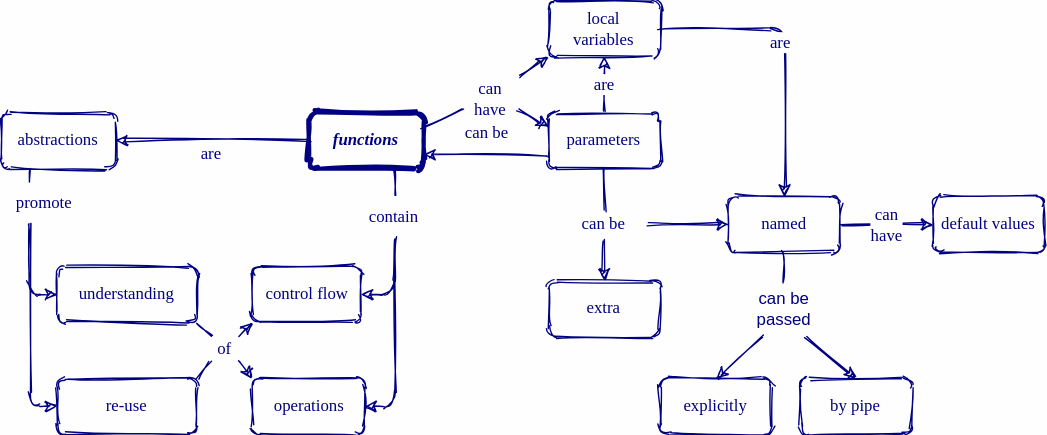
Before: es/functions.svg, a diagram exported from draw.io (rstudio/concept-maps). Source tidied: cells renumbered, new cells last; positions are measured from the earlier drawing's top-left corner, leaving out a move shared by most shapes. The source it was exported from:
```xml
<mxGraphModel background="#FEFEFF">
  <root>
    <mxCell id="0" />
    <mxCell id="1" parent="0" />
    <mxCell id="2" value="&lt;font style=&quot;font-size: 12px&quot;&gt;&lt;i&gt;&lt;b&gt;functions&lt;/b&gt;&lt;/i&gt;&lt;/font&gt;" style="whiteSpace=wrap;html=1;shadow=0;comic=0;strokeWidth=3;fontSize=12;align=center;fillColor=none;fontFamily=Verdana;strokeColor=#000080;labelBackgroundColor=#FEFEFF;rounded=1;sketch=1;fontColor=#000080;" parent="1" vertex="1">
      <mxGeometry x="220" y="80" width="82" height="40" as="geometry" />
    </mxCell>
    <mxCell id="3" value="&lt;font style=&quot;font-size: 12px;&quot;&gt;control flow&lt;/font&gt;" style="whiteSpace=wrap;html=1;shadow=0;comic=0;strokeWidth=1;fontSize=12;align=center;fillColor=none;fontFamily=Verdana;strokeColor=#000080;labelBackgroundColor=#FEFEFF;rounded=1;sketch=1;fontColor=#000080;" parent="1" vertex="1">
      <mxGeometry x="179.5" y="190" width="78" height="40" as="geometry" />
    </mxCell>
    <mxCell id="4" value="&lt;font style=&quot;font-size: 12px;&quot;&gt;operations&lt;/font&gt;" style="whiteSpace=wrap;html=1;shadow=0;comic=0;strokeWidth=1;fontSize=12;align=center;fillColor=none;fontFamily=Verdana;strokeColor=#000080;labelBackgroundColor=#FEFEFF;rounded=1;sketch=1;fontColor=#000080;" parent="1" vertex="1">
      <mxGeometry x="179.5" y="270" width="80.5" height="40" as="geometry" />
    </mxCell>
    <mxCell id="5" style="edgeStyle=none;html=1;exitX=0.5;exitY=1;shadow=0;startArrow=none;startFill=0;endArrow=none;endFill=0;jettySize=auto;strokeWidth=1;fontFamily=Verdana;fontSize=12;align=center;strokeColor=#000080;labelBackgroundColor=#FEFEFF;exitDx=0;exitDy=0;entryX=0.5;entryY=0;entryDx=0;entryDy=0;sketch=1;fontColor=#000080;" parent="1" edge="1" source="6" target="12">
      <mxGeometry relative="1" as="geometry" />
    </mxCell>
    <mxCell id="6" value="&lt;font style=&quot;font-size: 12px;&quot;&gt;parameters&lt;/font&gt;" style="whiteSpace=wrap;html=1;shadow=0;comic=0;strokeWidth=1;fontSize=12;align=center;fillColor=none;fontFamily=Verdana;strokeColor=#000080;labelBackgroundColor=#FEFEFF;rounded=1;sketch=1;fontColor=#000080;" parent="1" vertex="1">
      <mxGeometry x="391.2" y="80" width="80" height="40" as="geometry" />
    </mxCell>
    <mxCell id="7" value="can be" style="edgeStyle=none;html=1;entryX=0;entryY=0.75;shadow=0;startArrow=classic;startFill=1;endArrow=none;endFill=0;jettySize=auto;strokeWidth=1;fontFamily=Verdana;fontSize=12;align=center;strokeColor=#000080;labelBackgroundColor=#FEFEFF;sketch=1;fontColor=#000080;exitX=1;exitY=0.75;exitDx=0;exitDy=0;entryDx=0;entryDy=0;" parent="1" edge="1" source="2" target="6">
      <mxGeometry x="0.01" y="15" relative="1" as="geometry" />
    </mxCell>
    <mxCell id="8" value="&lt;font style=&quot;font-size: 12px;&quot;&gt;named&lt;/font&gt;" style="whiteSpace=wrap;html=1;shadow=0;comic=0;strokeWidth=1;fontSize=12;align=center;fillColor=none;fontFamily=Verdana;strokeColor=#000080;labelBackgroundColor=#FEFEFF;rounded=1;sketch=1;fontColor=#000080;" parent="1" vertex="1">
      <mxGeometry x="520" y="140" width="80" height="40" as="geometry" />
    </mxCell>
    <mxCell id="9" value="extra" style="whiteSpace=wrap;html=1;shadow=0;comic=0;strokeWidth=1;fontSize=12;align=center;fillColor=none;fontFamily=Verdana;strokeColor=#000080;labelBackgroundColor=#FEFEFF;rounded=1;sketch=1;fontColor=#000080;" parent="1" vertex="1">
      <mxGeometry x="391.2" y="200" width="80" height="40" as="geometry" />
    </mxCell>
    <mxCell id="10" style="edgeStyle=none;html=1;exitX=1;exitY=0.5;shadow=0;startArrow=none;startFill=0;endArrow=classic;endFill=1;jettySize=auto;strokeWidth=1;fontFamily=Verdana;fontSize=12;align=center;strokeColor=#000080;labelBackgroundColor=#FEFEFF;exitDx=0;exitDy=0;sketch=1;fontColor=#000080;entryX=0;entryY=0.5;entryDx=0;entryDy=0;" parent="1" edge="1" source="12" target="8">
      <mxGeometry relative="1" as="geometry" />
    </mxCell>
    <mxCell id="11" style="edgeStyle=none;html=1;exitX=0.5;exitY=1;entryX=0.5;entryY=0;shadow=0;startArrow=none;startFill=0;endArrow=classic;endFill=1;jettySize=auto;strokeWidth=1;fontFamily=Verdana;fontSize=12;align=center;strokeColor=#000080;labelBackgroundColor=#FEFEFF;entryDx=0;entryDy=0;exitDx=0;exitDy=0;sketch=1;fontColor=#000080;" parent="1" edge="1" source="12" target="9">
      <mxGeometry relative="1" as="geometry" />
    </mxCell>
    <mxCell id="12" value="can be" style="text;html=1;fillColor=none;align=center;verticalAlign=middle;whiteSpace=wrap;shadow=0;comic=0;fontFamily=Verdana;fontSize=12;labelBackgroundColor=#FEFEFF;rounded=1;sketch=1;fontColor=#000080;" parent="1" vertex="1">
      <mxGeometry x="401.2" y="150" width="60" height="20" as="geometry" />
    </mxCell>
    <mxCell id="13" value="can&lt;br style=&quot;font-size: 12px;&quot;&gt;have" style="edgeStyle=none;html=1;exitX=1;exitY=0.5;entryX=0;entryY=0.5;shadow=0;startArrow=none;startFill=0;endArrow=classic;endFill=1;jettySize=auto;strokeWidth=1;fontFamily=Verdana;fontSize=12;align=center;strokeColor=#000080;labelBackgroundColor=#FEFEFF;exitDx=0;exitDy=0;entryDx=0;entryDy=0;sketch=1;fontColor=#000080;" parent="1" edge="1" source="8" target="14">
      <mxGeometry relative="1" as="geometry" />
    </mxCell>
    <mxCell id="14" value="&lt;font style=&quot;font-size: 12px ; background-color: rgb(254 , 254 , 255)&quot;&gt;default values&lt;/font&gt;" style="whiteSpace=wrap;html=1;shadow=0;comic=0;strokeWidth=1;fontSize=12;align=center;fillColor=none;fontFamily=Verdana;strokeColor=#000080;labelBackgroundColor=#FEFEFF;rounded=1;sketch=1;fontColor=#000080;" parent="1" vertex="1">
      <mxGeometry x="666.2" y="140" width="80" height="40" as="geometry" />
    </mxCell>
    <mxCell id="15" value="&lt;font style=&quot;font-size: 12px&quot;&gt;abstractions&lt;/font&gt;" style="whiteSpace=wrap;html=1;shadow=0;comic=0;strokeWidth=1;fontSize=12;align=center;fillColor=none;fontFamily=Verdana;strokeColor=#000080;labelBackgroundColor=#FEFEFF;rounded=1;sketch=1;fontColor=#000080;" parent="1" vertex="1">
      <mxGeometry y="80" width="82" height="40" as="geometry" />
    </mxCell>
    <mxCell id="16" value="are" style="edgeStyle=none;html=1;exitX=0;exitY=0.5;shadow=0;startArrow=none;startFill=0;endArrow=classic;endFill=1;jettySize=auto;strokeWidth=1;fontFamily=Verdana;fontSize=12;align=center;strokeColor=#000080;labelBackgroundColor=#FEFEFF;exitDx=0;exitDy=0;sketch=1;fontColor=#000080;entryX=1;entryY=0.5;entryDx=0;entryDy=0;" parent="1" edge="1" source="2" target="15">
      <mxGeometry x="0.01" y="10" relative="1" as="geometry" />
    </mxCell>
    <mxCell id="17" value="&lt;font style=&quot;font-size: 12px&quot;&gt;understanding&lt;/font&gt;" style="whiteSpace=wrap;html=1;shadow=0;comic=0;strokeWidth=1;fontSize=12;align=center;fillColor=none;fontFamily=Verdana;strokeColor=#000080;labelBackgroundColor=#FEFEFF;rounded=1;sketch=1;fontColor=#000080;" parent="1" vertex="1">
      <mxGeometry x="40" y="190" width="100" height="40" as="geometry" />
    </mxCell>
    <mxCell id="18" value="&lt;font style=&quot;font-size: 12px;&quot;&gt;re-use&lt;/font&gt;" style="whiteSpace=wrap;html=1;shadow=0;comic=0;strokeWidth=1;fontSize=12;align=center;fillColor=none;fontFamily=Verdana;strokeColor=#000080;labelBackgroundColor=#FEFEFF;rounded=1;sketch=1;fontColor=#000080;" parent="1" vertex="1">
      <mxGeometry x="40" y="270" width="100" height="40" as="geometry" />
    </mxCell>
    <mxCell id="19" value="can be&lt;br&gt;passed" style="text;html=1;strokeColor=none;fillColor=none;align=center;verticalAlign=middle;whiteSpace=wrap;labelBackgroundColor=#FEFEFF;rounded=1;sketch=1;fontSize=12;fontColor=#000080;" parent="1" vertex="1">
      <mxGeometry x="530" y="200" width="60" height="40" as="geometry" />
    </mxCell>
    <mxCell id="20" value="&lt;font style=&quot;font-size: 12px&quot;&gt;explicitly&lt;br style=&quot;font-size: 12px&quot;&gt;&lt;/font&gt;" style="whiteSpace=wrap;html=1;shadow=0;comic=0;strokeWidth=1;fontSize=12;align=center;fillColor=none;fontFamily=Verdana;strokeColor=#000080;labelBackgroundColor=#FEFEFF;rounded=1;sketch=1;fontColor=#000080;" parent="1" vertex="1">
      <mxGeometry x="471.2" y="270" width="80" height="40" as="geometry" />
    </mxCell>
    <mxCell id="21" value="&lt;font style=&quot;font-size: 12px&quot;&gt;by pipe&lt;br style=&quot;font-size: 12px&quot;&gt;&lt;/font&gt;" style="whiteSpace=wrap;html=1;shadow=0;comic=0;strokeWidth=1;fontSize=12;align=center;fillColor=none;fontFamily=Verdana;strokeColor=#000080;labelBackgroundColor=#FEFEFF;rounded=1;sketch=1;fontColor=#000080;" parent="1" vertex="1">
      <mxGeometry x="571.2" y="270" width="80" height="40" as="geometry" />
    </mxCell>
    <mxCell id="22" style="edgeStyle=none;html=1;exitX=0.25;exitY=1;shadow=0;startArrow=none;startFill=0;endArrow=classic;endFill=1;jettySize=auto;strokeWidth=1;fontFamily=Verdana;fontSize=12;align=center;strokeColor=#000080;labelBackgroundColor=#FEFEFF;exitDx=0;exitDy=0;sketch=1;fontColor=#000080;entryX=0.5;entryY=0;entryDx=0;entryDy=0;" parent="1" edge="1" source="19" target="20">
      <mxGeometry relative="1" as="geometry" />
    </mxCell>
    <mxCell id="23" style="edgeStyle=none;html=1;exitX=0.75;exitY=1;shadow=0;startArrow=none;startFill=0;endArrow=classic;endFill=1;jettySize=auto;strokeWidth=1;fontFamily=Verdana;fontSize=12;align=center;strokeColor=#000080;labelBackgroundColor=#FEFEFF;exitDx=0;exitDy=0;entryX=0.5;entryY=0;entryDx=0;entryDy=0;sketch=1;fontColor=#000080;" parent="1" edge="1" source="19" target="21">
      <mxGeometry relative="1" as="geometry" />
    </mxCell>
    <mxCell id="24" value="can&lt;br&gt;have" style="text;html=1;fillColor=none;align=center;verticalAlign=middle;whiteSpace=wrap;shadow=0;comic=0;fontFamily=Verdana;fontSize=12;labelBackgroundColor=#FEFEFF;rounded=1;sketch=1;fontColor=#000080;" parent="1" vertex="1">
      <mxGeometry x="330" y="55" width="40" height="30" as="geometry" />
    </mxCell>
    <mxCell id="25" style="edgeStyle=none;html=1;exitX=1;exitY=0.25;shadow=0;startArrow=none;startFill=0;endArrow=none;endFill=0;jettySize=auto;strokeWidth=1;fontFamily=Verdana;fontSize=12;align=center;strokeColor=#000080;labelBackgroundColor=#FEFEFF;exitDx=0;exitDy=0;entryX=0;entryY=0.75;entryDx=0;entryDy=0;sketch=1;fontColor=#000080;" parent="1" edge="1" source="2" target="24">
      <mxGeometry relative="1" as="geometry" />
    </mxCell>
    <mxCell id="26" value="&lt;font style=&quot;font-size: 12px&quot;&gt;local&lt;br&gt;variables&lt;br&gt;&lt;/font&gt;" style="whiteSpace=wrap;html=1;shadow=0;comic=0;strokeWidth=1;fontSize=12;align=center;fillColor=none;fontFamily=Verdana;strokeColor=#000080;labelBackgroundColor=#FEFEFF;rounded=1;sketch=1;fontColor=#000080;" parent="1" vertex="1">
      <mxGeometry x="391.2" width="80" height="40" as="geometry" />
    </mxCell>
    <mxCell id="27" style="edgeStyle=none;html=1;shadow=0;startArrow=none;startFill=0;endArrow=classic;endFill=1;jettySize=auto;strokeWidth=1;fontFamily=Verdana;fontSize=12;align=center;strokeColor=#000080;labelBackgroundColor=#FEFEFF;sketch=1;fontColor=#000080;entryX=0;entryY=1;entryDx=0;entryDy=0;exitX=1;exitY=0;exitDx=0;exitDy=0;" parent="1" edge="1" source="24" target="26">
      <mxGeometry relative="1" as="geometry" />
    </mxCell>
    <mxCell id="28" style="edgeStyle=none;html=1;entryX=0;entryY=0.25;shadow=0;startArrow=none;startFill=0;endArrow=classic;endFill=1;jettySize=auto;strokeWidth=1;fontFamily=Verdana;fontSize=12;align=center;strokeColor=#000080;labelBackgroundColor=#FEFEFF;entryDx=0;entryDy=0;sketch=1;fontColor=#000080;exitX=1;exitY=0.75;exitDx=0;exitDy=0;" parent="1" edge="1" source="24" target="6">
      <mxGeometry relative="1" as="geometry" />
    </mxCell>
    <mxCell id="29" value="are" style="edgeStyle=none;html=1;shadow=0;startArrow=none;startFill=0;endArrow=classic;endFill=1;jettySize=auto;strokeWidth=1;fontFamily=Verdana;fontSize=12;align=center;strokeColor=#000080;labelBackgroundColor=#FEFEFF;sketch=1;fontColor=#000080;exitX=0.5;exitY=0;exitDx=0;exitDy=0;entryX=0.5;entryY=1;entryDx=0;entryDy=0;" parent="1" edge="1" source="6" target="26">
      <mxGeometry relative="1" as="geometry" />
    </mxCell>
    <mxCell id="30" style="edgeStyle=none;html=1;shadow=0;startArrow=none;startFill=0;endArrow=classic;endFill=1;jettySize=auto;strokeWidth=1;fontFamily=Verdana;fontSize=12;align=center;strokeColor=#000080;labelBackgroundColor=#FEFEFF;sketch=1;fontColor=#000080;exitX=0.5;exitY=1;exitDx=0;exitDy=0;entryX=1;entryY=0.5;entryDx=0;entryDy=0;" parent="1" edge="1" source="31" target="4">
      <mxGeometry relative="1" as="geometry">
        <Array as="points">
          <mxPoint x="282" y="290" />
        </Array>
      </mxGeometry>
    </mxCell>
    <mxCell id="31" value="contain" style="text;html=1;fillColor=none;align=center;verticalAlign=middle;whiteSpace=wrap;shadow=0;comic=0;fontFamily=Verdana;fontSize=12;labelBackgroundColor=#FEFEFF;rounded=1;sketch=1;fontColor=#000080;" parent="1" vertex="1">
      <mxGeometry x="260" y="140" width="42" height="30" as="geometry" />
    </mxCell>
    <mxCell id="32" style="edgeStyle=none;html=1;exitX=0.75;exitY=1;shadow=0;startArrow=none;startFill=0;endArrow=none;endFill=0;jettySize=auto;strokeWidth=1;fontFamily=Verdana;fontSize=12;align=center;strokeColor=#000080;labelBackgroundColor=#FEFEFF;exitDx=0;exitDy=0;sketch=1;fontColor=#000080;" parent="1" edge="1" source="2" target="31">
      <mxGeometry relative="1" as="geometry" />
    </mxCell>
    <mxCell id="33" style="edgeStyle=none;html=1;shadow=0;startArrow=none;startFill=0;endArrow=classic;endFill=1;jettySize=auto;strokeWidth=1;fontFamily=Verdana;fontSize=12;align=center;strokeColor=#000080;labelBackgroundColor=#FEFEFF;sketch=1;fontColor=#000080;exitX=0.5;exitY=1;exitDx=0;exitDy=0;entryX=1;entryY=0.5;entryDx=0;entryDy=0;" parent="1" edge="1" source="31" target="3">
      <mxGeometry relative="1" as="geometry">
        <Array as="points">
          <mxPoint x="281" y="210" />
        </Array>
      </mxGeometry>
    </mxCell>
    <mxCell id="34" style="edgeStyle=none;html=1;exitX=0.5;exitY=1;shadow=0;startArrow=none;startFill=0;endArrow=none;endFill=0;jettySize=auto;strokeWidth=1;fontFamily=Verdana;fontSize=12;align=center;strokeColor=#000080;labelBackgroundColor=#FEFEFF;exitDx=0;exitDy=0;entryX=0.5;entryY=0;entryDx=0;entryDy=0;sketch=1;fontColor=#000080;" parent="1" edge="1" source="8" target="19">
      <mxGeometry relative="1" as="geometry" />
    </mxCell>
    <mxCell id="35" style="edgeStyle=none;html=1;exitX=0.25;exitY=1;shadow=0;startArrow=none;startFill=0;endArrow=none;endFill=0;jettySize=auto;strokeWidth=1;fontFamily=Verdana;fontSize=12;align=center;strokeColor=#000080;labelBackgroundColor=#FEFEFF;exitDx=0;exitDy=0;sketch=1;fontColor=#000080;entryX=0.25;entryY=0;entryDx=0;entryDy=0;" parent="1" edge="1" source="15" target="36">
      <mxGeometry relative="1" as="geometry" />
    </mxCell>
    <mxCell id="36" value="promote" style="text;html=1;fillColor=none;align=center;verticalAlign=middle;whiteSpace=wrap;shadow=0;comic=0;fontFamily=Verdana;fontSize=12;labelBackgroundColor=#FEFEFF;rounded=1;sketch=1;fontColor=#000080;" parent="1" vertex="1">
      <mxGeometry x="10" y="130" width="42" height="30" as="geometry" />
    </mxCell>
    <mxCell id="37" style="edgeStyle=none;html=1;shadow=0;startArrow=none;startFill=0;endArrow=classic;endFill=1;jettySize=auto;strokeWidth=1;fontFamily=Verdana;fontSize=12;align=center;strokeColor=#000080;labelBackgroundColor=#FEFEFF;sketch=1;fontColor=#000080;exitX=0.25;exitY=1;exitDx=0;exitDy=0;entryX=0;entryY=0.5;entryDx=0;entryDy=0;" parent="1" edge="1" source="36" target="17">
      <mxGeometry relative="1" as="geometry">
        <Array as="points">
          <mxPoint x="20" y="210" />
        </Array>
      </mxGeometry>
    </mxCell>
    <mxCell id="38" style="edgeStyle=none;html=1;shadow=0;startArrow=none;startFill=0;endArrow=classic;endFill=1;jettySize=auto;strokeWidth=1;fontFamily=Verdana;fontSize=12;align=center;strokeColor=#000080;labelBackgroundColor=#FEFEFF;sketch=1;fontColor=#000080;exitX=0.25;exitY=1;exitDx=0;exitDy=0;entryX=0;entryY=0.5;entryDx=0;entryDy=0;" parent="1" edge="1" source="36" target="18">
      <mxGeometry relative="1" as="geometry">
        <Array as="points">
          <mxPoint x="21" y="290" />
        </Array>
      </mxGeometry>
    </mxCell>
    <mxCell id="39" value="of" style="text;html=1;fillColor=none;align=center;verticalAlign=middle;whiteSpace=wrap;shadow=0;comic=0;fontFamily=Verdana;fontSize=12;labelBackgroundColor=#FEFEFF;rounded=1;sketch=1;fontColor=#000080;" parent="1" vertex="1">
      <mxGeometry x="150" y="240" width="20" height="17.5" as="geometry" />
    </mxCell>
    <mxCell id="40" style="edgeStyle=none;html=1;exitX=1;exitY=1;shadow=0;startArrow=none;startFill=0;endArrow=none;endFill=0;jettySize=auto;strokeWidth=1;fontFamily=Verdana;fontSize=12;align=center;strokeColor=#000080;labelBackgroundColor=#FEFEFF;exitDx=0;exitDy=0;sketch=1;fontColor=#000080;entryX=0;entryY=0;entryDx=0;entryDy=0;" parent="1" edge="1" source="17" target="39">
      <mxGeometry relative="1" as="geometry" />
    </mxCell>
    <mxCell id="41" style="edgeStyle=none;html=1;exitX=1;exitY=0;shadow=0;startArrow=none;startFill=0;endArrow=none;endFill=0;jettySize=auto;strokeWidth=1;fontFamily=Verdana;fontSize=12;align=center;strokeColor=#000080;labelBackgroundColor=#FEFEFF;exitDx=0;exitDy=0;sketch=1;fontColor=#000080;entryX=0;entryY=1;entryDx=0;entryDy=0;" parent="1" edge="1" source="18" target="39">
      <mxGeometry relative="1" as="geometry" />
    </mxCell>
    <mxCell id="42" style="edgeStyle=none;html=1;exitX=1;exitY=1;entryX=0;entryY=0;shadow=0;startArrow=none;startFill=0;endArrow=classic;endFill=1;jettySize=auto;strokeWidth=1;fontFamily=Verdana;fontSize=12;align=center;strokeColor=#000080;labelBackgroundColor=#FEFEFF;entryDx=0;entryDy=0;exitDx=0;exitDy=0;sketch=1;fontColor=#000080;" parent="1" edge="1" source="39" target="4">
      <mxGeometry relative="1" as="geometry" />
    </mxCell>
    <mxCell id="43" style="edgeStyle=none;html=1;exitX=1;exitY=0;entryX=0;entryY=1;shadow=0;startArrow=none;startFill=0;endArrow=classic;endFill=1;jettySize=auto;strokeWidth=1;fontFamily=Verdana;fontSize=12;align=center;strokeColor=#000080;labelBackgroundColor=#FEFEFF;entryDx=0;entryDy=0;exitDx=0;exitDy=0;sketch=1;fontColor=#000080;" parent="1" edge="1" source="39" target="3">
      <mxGeometry relative="1" as="geometry" />
    </mxCell>
    <mxCell id="44" value="are" style="edgeStyle=none;html=1;shadow=0;startArrow=none;startFill=0;endArrow=classic;endFill=1;jettySize=auto;strokeWidth=1;fontFamily=Verdana;fontSize=12;align=center;strokeColor=#000080;labelBackgroundColor=#FEFEFF;sketch=1;fontColor=#000080;exitX=1;exitY=0.5;exitDx=0;exitDy=0;entryX=0.5;entryY=0;entryDx=0;entryDy=0;" parent="1" edge="1" source="26" target="8">
      <mxGeometry x="-0.17" y="-10" relative="1" as="geometry">
        <Array as="points">
          <mxPoint x="560" y="20" />
        </Array>
      </mxGeometry>
    </mxCell>
  </root>
</mxGraphModel>
```
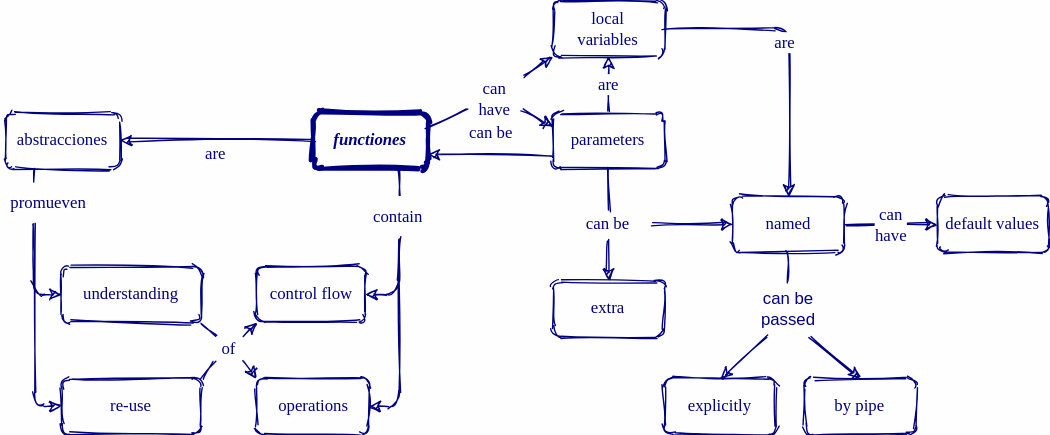
The same file after the commit.

Commit message:
Traducción al español  functions.svg

Change to the diagram source:
```diff
@@ -2,7 +2,7 @@
   <root>
     <mxCell id="0" />
     <mxCell id="1" parent="0" />
-    <mxCell id="2" value="&lt;font style=&quot;font-size: 12px&quot;&gt;&lt;i&gt;&lt;b&gt;functions&lt;/b&gt;&lt;/i&gt;&lt;/font&gt;" style="whiteSpace=wrap;html=1;shadow=0;comic=0;strokeWidth=3;fontSize=12;align=center;fillColor=none;fontFamily=Verdana;strokeColor=#000080;labelBackgroundColor=#FEFEFF;rounded=1;sketch=1;fontColor=#000080;" parent="1" vertex="1">
+    <mxCell id="2" value="&lt;font style=&quot;font-size: 12px&quot;&gt;&lt;i&gt;&lt;b&gt;functiones&lt;/b&gt;&lt;/i&gt;&lt;/font&gt;" style="whiteSpace=wrap;html=1;shadow=0;comic=0;strokeWidth=3;fontSize=12;align=center;fillColor=none;fontFamily=Verdana;strokeColor=#000080;labelBackgroundColor=#FEFEFF;rounded=1;sketch=1;fontColor=#000080;" parent="1" vertex="1">
       <mxGeometry x="220" y="80" width="82" height="40" as="geometry" />
     </mxCell>
     <mxCell id="3" value="&lt;font style=&quot;font-size: 12px;&quot;&gt;control flow&lt;/font&gt;" style="whiteSpace=wrap;html=1;shadow=0;comic=0;strokeWidth=1;fontSize=12;align=center;fillColor=none;fontFamily=Verdana;strokeColor=#000080;labelBackgroundColor=#FEFEFF;rounded=1;sketch=1;fontColor=#000080;" parent="1" vertex="1">
@@ -41,7 +41,7 @@
     <mxCell id="14" value="&lt;font style=&quot;font-size: 12px ; background-color: rgb(254 , 254 , 255)&quot;&gt;default values&lt;/font&gt;" style="whiteSpace=wrap;html=1;shadow=0;comic=0;strokeWidth=1;fontSize=12;align=center;fillColor=none;fontFamily=Verdana;strokeColor=#000080;labelBackgroundColor=#FEFEFF;rounded=1;sketch=1;fontColor=#000080;" parent="1" vertex="1">
       <mxGeometry x="666.2" y="140" width="80" height="40" as="geometry" />
     </mxCell>
-    <mxCell id="15" value="&lt;font style=&quot;font-size: 12px&quot;&gt;abstractions&lt;/font&gt;" style="whiteSpace=wrap;html=1;shadow=0;comic=0;strokeWidth=1;fontSize=12;align=center;fillColor=none;fontFamily=Verdana;strokeColor=#000080;labelBackgroundColor=#FEFEFF;rounded=1;sketch=1;fontColor=#000080;" parent="1" vertex="1">
+    <mxCell id="15" value="&lt;font style=&quot;font-size: 12px&quot;&gt;abstracciones&lt;/font&gt;" style="whiteSpace=wrap;html=1;shadow=0;comic=0;strokeWidth=1;fontSize=12;align=center;fillColor=none;fontFamily=Verdana;strokeColor=#000080;labelBackgroundColor=#FEFEFF;rounded=1;sketch=1;fontColor=#000080;" parent="1" vertex="1">
       <mxGeometry y="80" width="82" height="40" as="geometry" />
     </mxCell>
     <mxCell id="16" value="are" style="edgeStyle=none;html=1;exitX=0;exitY=0.5;shadow=0;startArrow=none;startFill=0;endArrow=classic;endFill=1;jettySize=auto;strokeWidth=1;fontFamily=Verdana;fontSize=12;align=center;strokeColor=#000080;labelBackgroundColor=#FEFEFF;exitDx=0;exitDy=0;sketch=1;fontColor=#000080;entryX=1;entryY=0.5;entryDx=0;entryDy=0;" parent="1" edge="1" source="2" target="15">
@@ -112,7 +112,7 @@
     <mxCell id="35" style="edgeStyle=none;html=1;exitX=0.25;exitY=1;shadow=0;startArrow=none;startFill=0;endArrow=none;endFill=0;jettySize=auto;strokeWidth=1;fontFamily=Verdana;fontSize=12;align=center;strokeColor=#000080;labelBackgroundColor=#FEFEFF;exitDx=0;exitDy=0;sketch=1;fontColor=#000080;entryX=0.25;entryY=0;entryDx=0;entryDy=0;" parent="1" edge="1" source="15" target="36">
       <mxGeometry relative="1" as="geometry" />
     </mxCell>
-    <mxCell id="36" value="promote" style="text;html=1;fillColor=none;align=center;verticalAlign=middle;whiteSpace=wrap;shadow=0;comic=0;fontFamily=Verdana;fontSize=12;labelBackgroundColor=#FEFEFF;rounded=1;sketch=1;fontColor=#000080;" parent="1" vertex="1">
+    <mxCell id="36" value="promueven" style="text;html=1;fillColor=none;align=center;verticalAlign=middle;whiteSpace=wrap;shadow=0;comic=0;fontFamily=Verdana;fontSize=12;labelBackgroundColor=#FEFEFF;rounded=1;sketch=1;fontColor=#000080;" parent="1" vertex="1">
       <mxGeometry x="10" y="130" width="42" height="30" as="geometry" />
     </mxCell>
     <mxCell id="37" style="edgeStyle=none;html=1;shadow=0;startArrow=none;startFill=0;endArrow=classic;endFill=1;jettySize=auto;strokeWidth=1;fontFamily=Verdana;fontSize=12;align=center;strokeColor=#000080;labelBackgroundColor=#FEFEFF;sketch=1;fontColor=#000080;exitX=0.25;exitY=1;exitDx=0;exitDy=0;entryX=0;entryY=0.5;entryDx=0;entryDy=0;" parent="1" edge="1" source="36" target="17">
```
